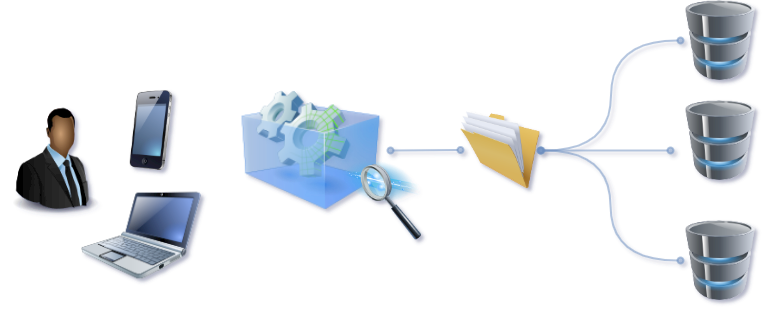
Before: docs/images/visulate-for-oracle.png, a diagram exported from draw.io (visulate/visulate-for-oracle). Source tidied: cells renumbered, new cells last; positions are measured from the earlier drawing's top-left corner, leaving out a move shared by most shapes.
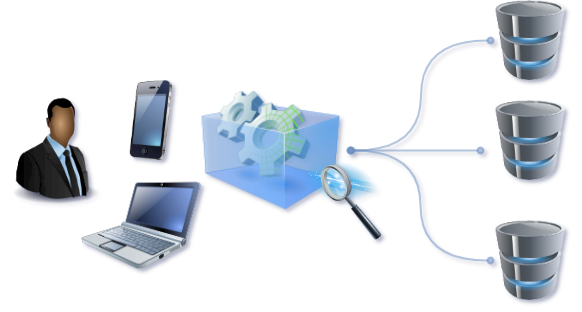
Later version of the same file.

Diff of the diagram source:
```diff
@@ -3,23 +3,23 @@
     <mxCell id="0" />
     <mxCell id="1" parent="0" />
     <mxCell id="2" style="image;html=1;labelBackgroundColor=#ffffff;image=img/lib/clip_art/computers/Database_128x128.png;" parent="1" vertex="1">
-      <mxGeometry x="680" width="80" height="80" as="geometry" />
+      <mxGeometry x="530" width="80" height="80" as="geometry" />
     </mxCell>
     <mxCell id="3" style="image;html=1;labelBackgroundColor=#ffffff;image=img/lib/clip_art/computers/Database_128x128.png;" parent="1" vertex="1">
-      <mxGeometry x="680" y="100" width="80" height="80" as="geometry" />
+      <mxGeometry x="530" y="100" width="80" height="80" as="geometry" />
     </mxCell>
     <mxCell id="4" style="image;html=1;labelBackgroundColor=#ffffff;image=img/lib/clip_art/computers/Database_128x128.png;" parent="1" vertex="1">
-      <mxGeometry x="680" y="220" width="80" height="80" as="geometry" />
+      <mxGeometry x="530" y="220" width="80" height="80" as="geometry" />
     </mxCell>
     <mxCell id="5" style="image;html=1;labelBackgroundColor=#ffffff;image=img/lib/clip_art/telecommunication/iPhone_128x128.png;flipH=1;" parent="1" vertex="1">
-      <mxGeometry x="110" y="90" width="80" height="80" as="geometry" />
+      <mxGeometry x="150" y="80" width="80" height="80" as="geometry" />
     </mxCell>
     <mxCell id="6" style="image;html=1;labelBackgroundColor=#ffffff;image=img/lib/clip_art/people/Suit_Man_Black_128x128.png;flipH=0;" parent="1" vertex="1">
-      <mxGeometry y="100" width="110" height="120" as="geometry" />
+      <mxGeometry x="40" y="90" width="110" height="120" as="geometry" />
     </mxCell>
     <mxCell id="7" style="edgeStyle=orthogonalEdgeStyle;rounded=0;jettySize=auto;html=1;entryX=0;entryY=0.5;entryDx=0;entryDy=0;elbow=vertical;curved=1;endArrow=oval;endFill=1;fillColor=#dae8fc;strokeColor=#6c8ebf;strokeWidth=2;opacity=50;comic=1;shadow=0;startArrow=oval;startFill=1;" parent="1" edge="1" target="2">
       <mxGeometry relative="1" as="geometry">
-        <mxPoint x="541" y="150" as="sourcePoint" />
+        <mxPoint x="391" y="150" as="sourcePoint" />
       </mxGeometry>
     </mxCell>
     <mxCell id="8" style="image;html=1;labelBackgroundColor=#ffffff;image=img/lib/clip_art/computers/Virtual_Application_128x128.png;flipH=1;" parent="1" vertex="1">
@@ -28,28 +28,19 @@
     <mxCell id="9" style="image;html=1;labelBackgroundColor=#ffffff;image=img/lib/clip_art/computers/Data_Filtering_128x128.png;flipH=1;" parent="1" vertex="1">
       <mxGeometry x="340" y="160" width="80" height="80" as="geometry" />
     </mxCell>
-    <mxCell id="10" style="image;html=1;labelBackgroundColor=#ffffff;image=img/lib/clip_art/general/Full_Folder_128x128.png;" parent="1" vertex="1">
-      <mxGeometry x="460" y="110" width="80" height="80" as="geometry" />
-    </mxCell>
-    <mxCell id="11" style="edgeStyle=orthogonalEdgeStyle;rounded=0;jettySize=auto;html=1;elbow=vertical;curved=1;endArrow=oval;endFill=1;fillColor=#dae8fc;strokeColor=#6c8ebf;strokeWidth=2;opacity=50;comic=1;shadow=0;startArrow=oval;startFill=1;" parent="1" edge="1" source="10">
+    <mxCell id="11" style="edgeStyle=orthogonalEdgeStyle;rounded=0;orthogonalLoop=1;jettySize=auto;html=1;elbow=vertical;curved=1;endArrow=oval;endFill=1;fillColor=#dae8fc;strokeColor=#6c8ebf;strokeWidth=2;opacity=50;comic=1;shadow=0;startArrow=oval;startFill=1;" parent="1" edge="1">
       <mxGeometry relative="1" as="geometry">
-        <mxPoint x="670" y="150" as="targetPoint" />
+        <mxPoint x="390" y="150" as="sourcePoint" />
+        <mxPoint x="520" y="150" as="targetPoint" />
       </mxGeometry>
     </mxCell>
-    <mxCell id="12" style="edgeStyle=orthogonalEdgeStyle;rounded=0;jettySize=auto;html=1;elbow=vertical;curved=1;endArrow=oval;endFill=1;fillColor=#dae8fc;strokeColor=#6c8ebf;strokeWidth=2;opacity=50;comic=1;shadow=0;startArrow=oval;startFill=1;entryX=0;entryY=0.5;entryDx=0;entryDy=0;" parent="1" edge="1" source="10" target="4">
-      <mxGeometry relative="1" as="geometry" />
+    <mxCell id="12" style="edgeStyle=orthogonalEdgeStyle;rounded=0;jettySize=auto;html=1;elbow=vertical;curved=1;endArrow=oval;endFill=1;fillColor=#dae8fc;strokeColor=#6c8ebf;strokeWidth=2;opacity=50;comic=1;shadow=0;startArrow=oval;startFill=1;entryX=0;entryY=0.5;entryDx=0;entryDy=0;" parent="1" edge="1" target="4">
+      <mxGeometry relative="1" as="geometry">
+        <mxPoint x="390" y="150" as="sourcePoint" />
+      </mxGeometry>
     </mxCell>
-    <mxCell id="13" style="edgeStyle=orthogonalEdgeStyle;orthogonalLoop=1;jettySize=auto;html=1;elbow=vertical;endArrow=oval;endFill=1;fillColor=#dae8fc;strokeColor=#6c8ebf;strokeWidth=2;opacity=50;comic=1;shadow=0;startArrow=oval;startFill=1;curved=1;" parent="1" edge="1">
-      <mxGeometry relative="1" as="geometry">
-        <mxPoint x="390" y="150" as="sourcePoint" />
-        <mxPoint x="460" y="149.5" as="targetPoint" />
-        <Array as="points">
-          <mxPoint x="425" y="150" />
-        </Array>
-      </mxGeometry>
-    </mxCell>
     <mxCell id="14" style="image;html=1;labelBackgroundColor=#ffffff;image=img/lib/clip_art/computers/Netbook_128x128.png;flipH=1;" parent="1" vertex="1">
-      <mxGeometry x="80" y="180" width="120" height="110" as="geometry" />
+      <mxGeometry x="120" y="170" width="120" height="110" as="geometry" />
     </mxCell>
   </root>
 </mxGraphModel>
```
